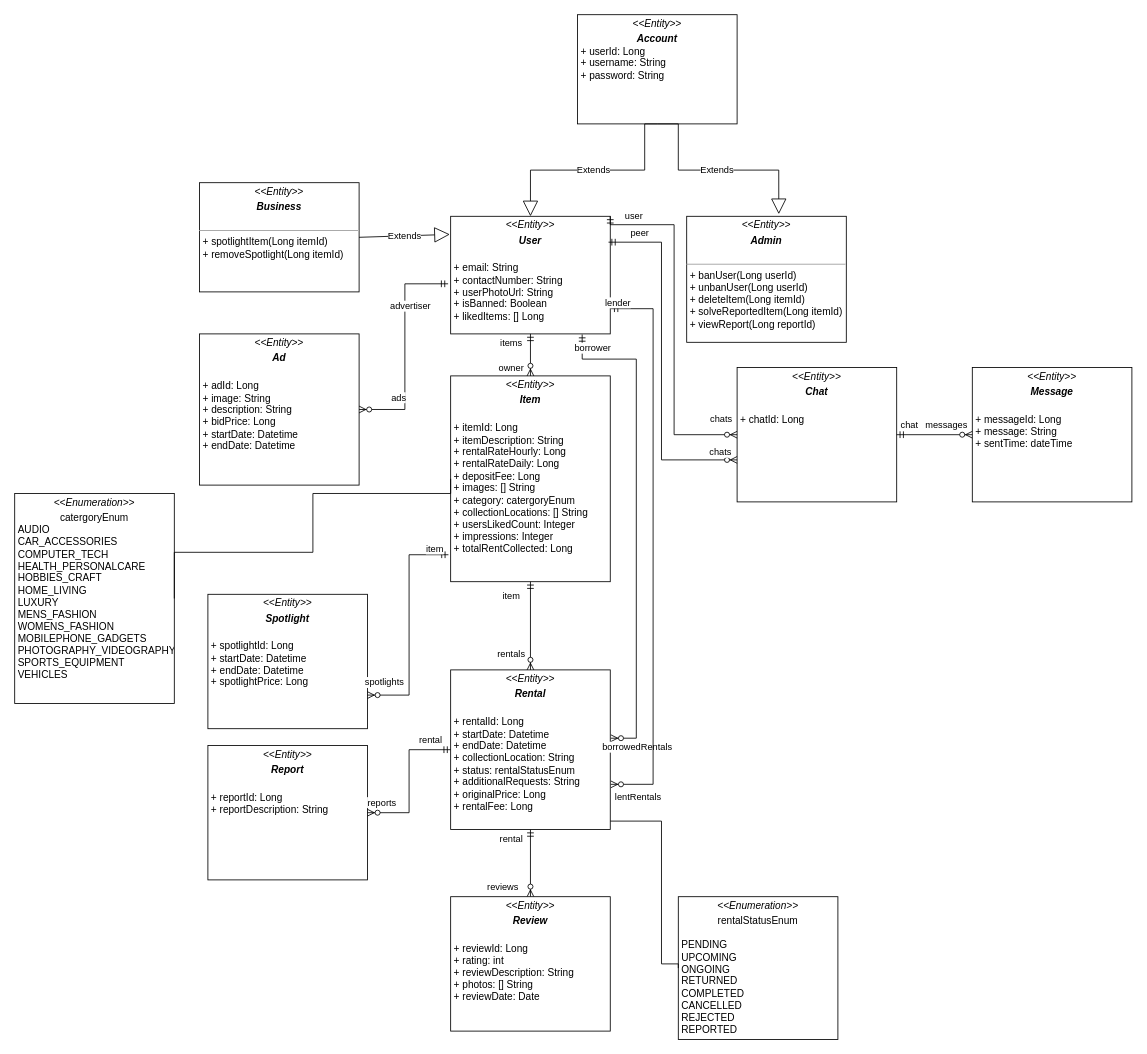
Above: Class Diagram.drawio in TohDeKai/SharEco (draw.io), before the change. Source tidied: cells renumbered, new cells numbered last; positions are measured from the earlier drawing's top-left corner, leaving out a move shared by most shapes. Both pictures are drawn from the tidied source at 84%, with x=0, y=0 at pixel (14, 14).
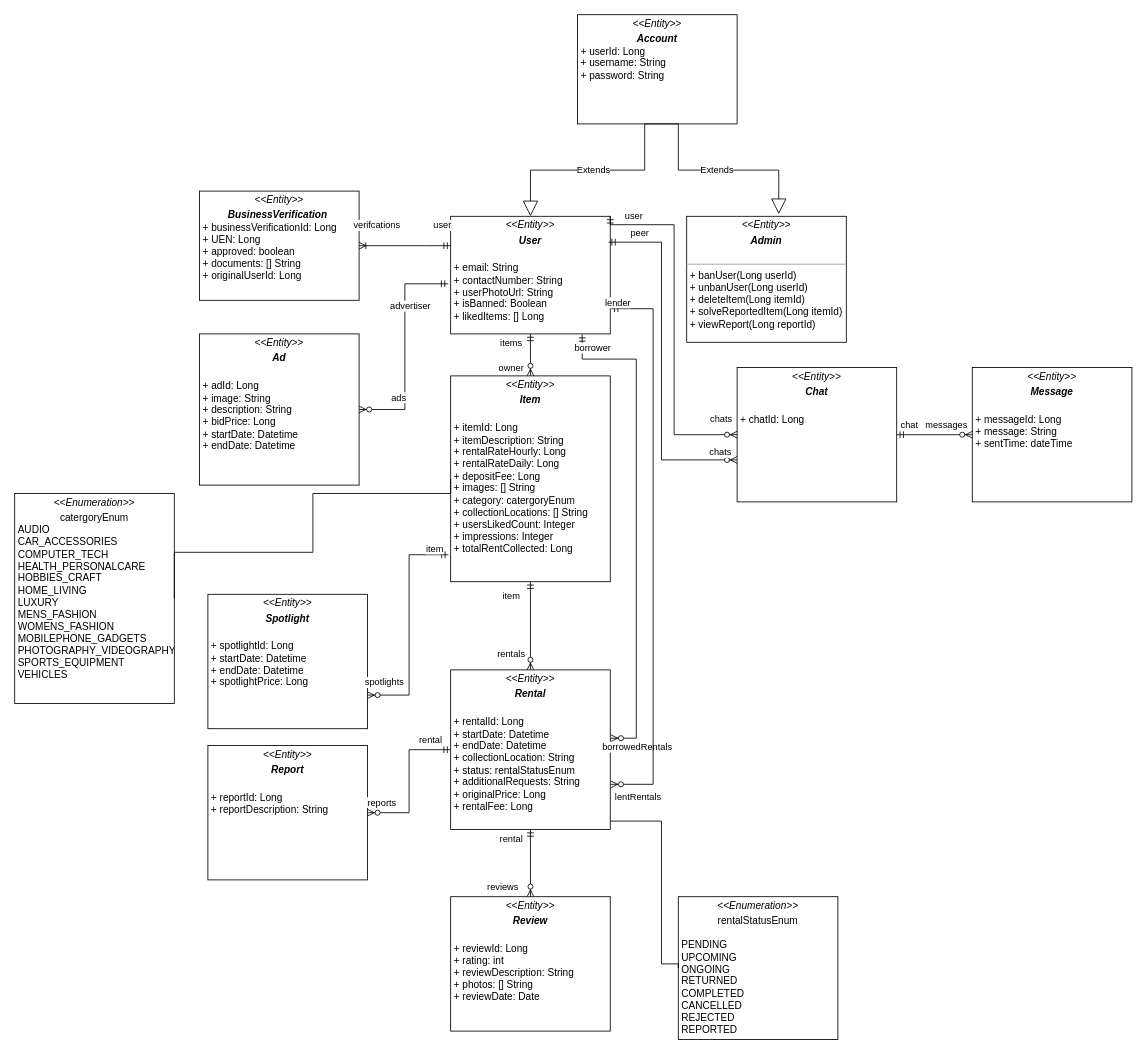
The same page after the edit.

The change refers to these unchanged cells:
```xml
<mxCell id="2" value="&lt;p style=&quot;margin:0px;margin-top:4px;text-align:center;&quot;&gt;&lt;i&gt;&amp;lt;&amp;lt;Entity&amp;gt;&amp;gt;&lt;/i&gt;&lt;/p&gt;&lt;p style=&quot;margin:0px;margin-top:4px;text-align:center;&quot;&gt;&lt;i&gt;&lt;b&gt;User&lt;/b&gt;&lt;/i&gt;&lt;br&gt;&lt;/p&gt;&lt;p style=&quot;margin:0px;margin-top:4px;text-align:center;&quot;&gt;&lt;br&gt;&lt;/p&gt;&lt;p style=&quot;margin:0px;margin-left:4px;&quot;&gt;+ email: String&lt;/p&gt;&lt;p style=&quot;margin:0px;margin-left:4px;&quot;&gt;+ contactNumber: String&lt;/p&gt;&lt;p style=&quot;margin:0px;margin-left:4px;&quot;&gt;+ userPhotoUrl: String&lt;/p&gt;&lt;p style=&quot;margin:0px;margin-left:4px;&quot;&gt;+ isBanned: Boolean&lt;/p&gt;&lt;p style=&quot;margin:0px;margin-left:4px;&quot;&gt;+ likedItems: [] Long&lt;/p&gt;&lt;p style=&quot;margin:0px;margin-left:4px;&quot;&gt;&lt;br&gt;&lt;/p&gt;&lt;p style=&quot;margin:0px;margin-left:4px;&quot;&gt;&lt;br&gt;&lt;/p&gt;" style="verticalAlign=top;align=left;overflow=fill;fontSize=12;fontFamily=Helvetica;html=1;whiteSpace=wrap;" parent="1" vertex="1">
  <mxGeometry x="519" y="240" width="190" height="140" as="geometry" />
</mxCell>
```

What changed in the source:
```diff
@@
-    <mxCell id="3" value="&lt;p style=&quot;margin:0px;margin-top:4px;text-align:center;&quot;&gt;&lt;i&gt;&amp;lt;&amp;lt;Entity&amp;gt;&amp;gt;&lt;/i&gt;&lt;/p&gt;&lt;p style=&quot;margin:0px;margin-top:4px;text-align:center;&quot;&gt;&lt;i&gt;&lt;b&gt;Business&lt;/b&gt;&lt;/i&gt;&lt;br&gt;&lt;/p&gt;&lt;p style=&quot;margin:0px;margin-left:4px;&quot;&gt;&lt;br&gt;&lt;/p&gt;&lt;hr size=&quot;1&quot;&gt;&lt;p style=&quot;margin:0px;margin-left:4px;&quot;&gt;+ spotlightItem(Long itemId)&amp;nbsp;&lt;/p&gt;&lt;p style=&quot;margin:0px;margin-left:4px;&quot;&gt;+ removeSpotlight(Long itemId)&lt;/p&gt;&lt;p style=&quot;margin:0px;margin-left:4px;&quot;&gt;&lt;br&gt;&lt;/p&gt;" style="verticalAlign=top;align=left;overflow=fill;fontSize=12;fontFamily=Helvetica;html=1;whiteSpace=wrap;" parent="1" vertex="1">
-      <mxGeometry x="220" y="200" width="190" height="130" as="geometry" />
+    <mxCell id="3" value="&lt;p style=&quot;margin:0px;margin-top:4px;text-align:center;&quot;&gt;&lt;i&gt;&amp;lt;&amp;lt;Entity&amp;gt;&amp;gt;&lt;/i&gt;&lt;/p&gt;&lt;p style=&quot;margin:0px;margin-top:4px;text-align:center;&quot;&gt;&lt;i&gt;&lt;b&gt;BusinessVerification&lt;/b&gt;&lt;/i&gt;&lt;span style=&quot;background-color: initial; text-align: left;&quot;&gt;&amp;nbsp;&lt;/span&gt;&lt;/p&gt;&lt;p style=&quot;margin:0px;margin-left:4px;&quot;&gt;+ businessVerificationId: Long&lt;/p&gt;&lt;p style=&quot;margin:0px;margin-left:4px;&quot;&gt;+ UEN: Long&lt;/p&gt;&lt;p style=&quot;margin:0px;margin-left:4px;&quot;&gt;+ approved: boolean&lt;/p&gt;&lt;p style=&quot;margin:0px;margin-left:4px;&quot;&gt;+ documents: [] String&lt;/p&gt;&lt;p style=&quot;margin:0px;margin-left:4px;&quot;&gt;+ originalUserId: Long&lt;/p&gt;&lt;p style=&quot;margin:0px;margin-left:4px;&quot;&gt;&lt;br&gt;&lt;/p&gt;" style="verticalAlign=top;align=left;overflow=fill;fontSize=12;fontFamily=Helvetica;html=1;whiteSpace=wrap;" parent="1" vertex="1">
+      <mxGeometry x="220" y="210" width="190" height="130" as="geometry" />
     </mxCell>
-    <mxCell id="4" value="Extends" style="endArrow=block;endSize=16;endFill=0;html=1;rounded=0;exitX=1;exitY=0.5;exitDx=0;exitDy=0;entryX=-0.005;entryY=0.154;entryDx=0;entryDy=0;entryPerimeter=0;" parent="1" edge="1" source="3" target="2">
-      <mxGeometry relative="1" as="geometry" />
-    </mxCell>
@@
+    <mxCell id="54" style="edgeStyle=entityRelationEdgeStyle;fontSize=12;html=1;endArrow=ERoneToMany;startArrow=ERmandOne;rounded=0;exitX=0;exitY=0.25;exitDx=0;exitDy=0;entryX=1;entryY=0.5;entryDx=0;entryDy=0;" parent="1" edge="1" source="2" target="3">
+      <mxGeometry relative="1" as="geometry" />
+    </mxCell>
+    <mxCell id="55" value="verifcations" style="edgeLabel;html=1;align=center;verticalAlign=middle;" parent="54" vertex="1">
+      <mxGeometry x="0.81" y="-3" relative="1" as="geometry">
+        <mxPoint x="10" y="-22" as="offset" />
+      </mxGeometry>
+    </mxCell>
+    <mxCell id="56" value="user" style="edgeLabel;html=1;align=center;verticalAlign=middle;" parent="54" vertex="1">
+      <mxGeometry x="-0.79" y="2" relative="1" as="geometry">
+        <mxPoint y="-27" as="offset" />
+      </mxGeometry>
+    </mxCell>
```
